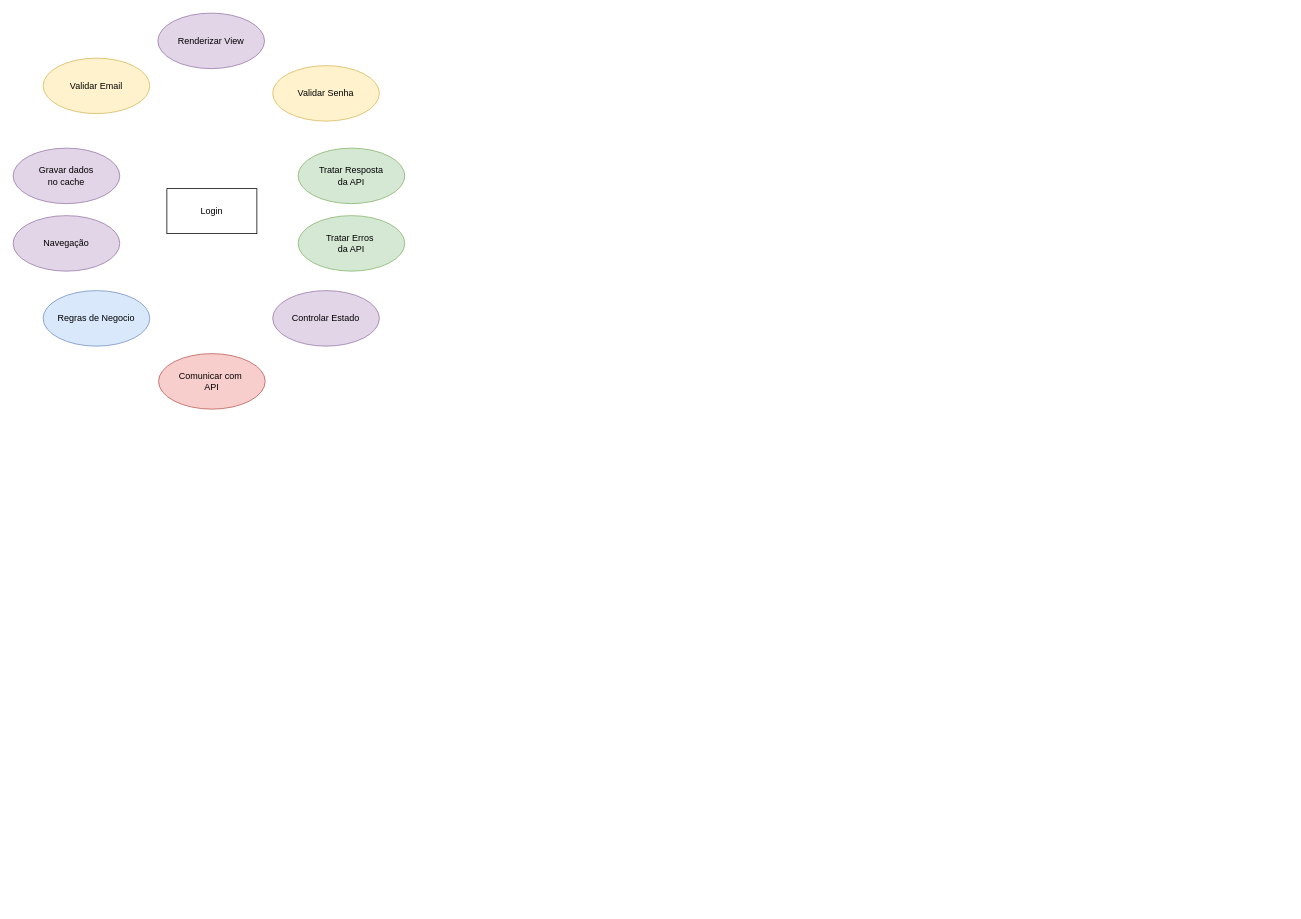
Before: Untitled Diagram.drawio in guilhermeforprojeto/app.diagrams.net, a draw.io diagram. Source tidied: cells renumbered, new cells numbered last; positions are measured from the earlier drawing's top-left corner, leaving out a move shared by most shapes. Both pictures are drawn from the tidied source at 75%, with x=0, y=0 at pixel (13, 13).
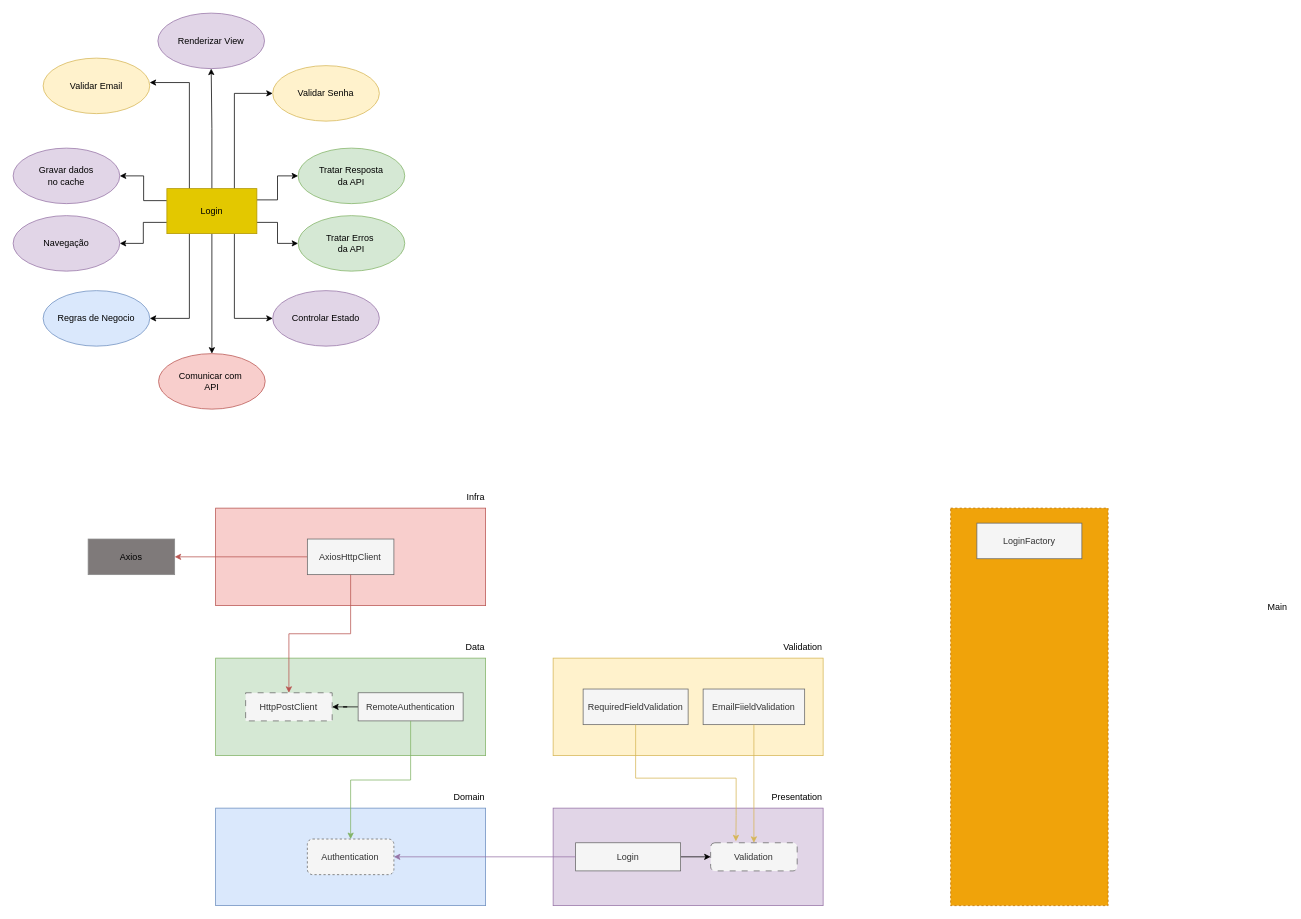
The same page after the edit.

What changed in the source:
```diff
@@
+    <mxCell id="13" style="edgeStyle=orthogonalEdgeStyle;rounded=0;jettySize=auto;html=1;fontColor=#000000;" parent="1" edge="1" source="2" target="12">
+      <mxGeometry relative="1" as="geometry" />
+    </mxCell>
+    <mxCell id="14" style="edgeStyle=orthogonalEdgeStyle;rounded=0;jettySize=auto;html=1;entryX=1;entryY=0.5;entryDx=0;entryDy=0;fontColor=#000000;" parent="1" edge="1" source="2" target="9">
+      <mxGeometry relative="1" as="geometry">
+        <Array as="points">
+          <mxPoint x="174" y="250" />
+          <mxPoint x="174" y="217" />
+        </Array>
+      </mxGeometry>
+    </mxCell>
+    <mxCell id="15" style="edgeStyle=orthogonalEdgeStyle;rounded=0;jettySize=auto;html=1;exitX=0;exitY=0.75;exitDx=0;exitDy=0;fontColor=#000000;" parent="1" edge="1" source="2" target="11">
+      <mxGeometry relative="1" as="geometry" />
+    </mxCell>
+    <mxCell id="16" style="edgeStyle=orthogonalEdgeStyle;rounded=0;jettySize=auto;html=1;exitX=0.25;exitY=1;exitDx=0;exitDy=0;entryX=1;entryY=0.5;entryDx=0;entryDy=0;fontColor=#000000;" parent="1" edge="1" source="2" target="4">
+      <mxGeometry relative="1" as="geometry" />
+    </mxCell>
+    <mxCell id="17" style="edgeStyle=orthogonalEdgeStyle;rounded=0;jettySize=auto;html=1;exitX=0.75;exitY=1;exitDx=0;exitDy=0;entryX=0;entryY=0.5;entryDx=0;entryDy=0;fontColor=#000000;" parent="1" edge="1" source="2" target="3">
+      <mxGeometry relative="1" as="geometry" />
+    </mxCell>
+    <mxCell id="18" style="edgeStyle=orthogonalEdgeStyle;rounded=0;jettySize=auto;html=1;exitX=1;exitY=0.75;exitDx=0;exitDy=0;entryX=0;entryY=0.5;entryDx=0;entryDy=0;fontColor=#000000;" parent="1" edge="1" source="2" target="10">
+      <mxGeometry relative="1" as="geometry" />
+    </mxCell>
+    <mxCell id="19" style="edgeStyle=orthogonalEdgeStyle;rounded=0;jettySize=auto;html=1;exitX=1;exitY=0.25;exitDx=0;exitDy=0;entryX=0;entryY=0.5;entryDx=0;entryDy=0;fontColor=#000000;" parent="1" edge="1" source="2" target="5">
+      <mxGeometry relative="1" as="geometry" />
+    </mxCell>
+    <mxCell id="20" style="edgeStyle=orthogonalEdgeStyle;rounded=0;jettySize=auto;html=1;fontColor=#000000;" parent="1" edge="1" source="2" target="7">
+      <mxGeometry relative="1" as="geometry" />
+    </mxCell>
+    <mxCell id="21" style="edgeStyle=orthogonalEdgeStyle;rounded=0;jettySize=auto;html=1;exitX=0.75;exitY=0;exitDx=0;exitDy=0;entryX=0;entryY=0.5;entryDx=0;entryDy=0;fontColor=#000000;" parent="1" edge="1" source="2" target="6">
+      <mxGeometry relative="1" as="geometry" />
+    </mxCell>
+    <mxCell id="22" style="edgeStyle=orthogonalEdgeStyle;rounded=0;jettySize=auto;html=1;exitX=0.25;exitY=0;exitDx=0;exitDy=0;entryX=0.999;entryY=0.44;entryDx=0;entryDy=0;entryPerimeter=0;fontColor=#000000;" parent="1" edge="1" source="2" target="8">
+      <mxGeometry relative="1" as="geometry" />
+    </mxCell>
-    <mxCell id="2" value="Login" style="rounded=0;whiteSpace=wrap;html=1;" parent="1" vertex="1">
+    <mxCell id="2" value="Login" style="rounded=0;whiteSpace=wrap;html=1;fontColor=#000000;fillColor=#e3c800;strokeColor=#B09500;" parent="1" vertex="1">
       <mxGeometry x="205" y="234" width="120" height="60" as="geometry" />
     </mxCell>
-    <mxCell id="3" value="Controlar Estado" style="ellipse;whiteSpace=wrap;html=1;fillColor=#e1d5e7;strokeColor=#9673a6;" parent="1" vertex="1">
+    <mxCell id="3" value="Controlar Estado" style="ellipse;whiteSpace=wrap;html=1;fillColor=#e1d5e7;strokeColor=#9673a6;fontColor=#000000;" parent="1" vertex="1">
       <mxGeometry x="346.1" y="370" width="142.2" height="74" as="geometry" />
     </mxCell>
-    <mxCell id="4" value="Regras de Negocio" style="ellipse;whiteSpace=wrap;html=1;fillColor=#dae8fc;strokeColor=#6c8ebf;" parent="1" vertex="1">
+    <mxCell id="4" value="Regras de Negocio" style="ellipse;whiteSpace=wrap;html=1;fillColor=#dae8fc;strokeColor=#6c8ebf;fontColor=#000000;" parent="1" vertex="1">
       <mxGeometry x="40" y="370" width="142.2" height="74" as="geometry" />
     </mxCell>
-    <mxCell id="5" value="Tratar Resposta &lt;br&gt;da API" style="ellipse;whiteSpace=wrap;html=1;fillColor=#d5e8d4;strokeColor=#82b366;" parent="1" vertex="1">
+    <mxCell id="5" value="Tratar Resposta &lt;br&gt;da API" style="ellipse;whiteSpace=wrap;html=1;fillColor=#d5e8d4;strokeColor=#82b366;fontColor=#000000;" parent="1" vertex="1">
       <mxGeometry x="380" y="180" width="142.2" height="74" as="geometry" />
     </mxCell>
-    <mxCell id="6" value="Validar Senha" style="ellipse;whiteSpace=wrap;html=1;fillColor=#fff2cc;strokeColor=#d6b656;" parent="1" vertex="1">
+    <mxCell id="6" value="Validar Senha" style="ellipse;whiteSpace=wrap;html=1;fillColor=#fff2cc;strokeColor=#d6b656;fontColor=#000000;" parent="1" vertex="1">
       <mxGeometry x="346.1" y="70" width="142.2" height="74" as="geometry" />
     </mxCell>
-    <mxCell id="7" value="Renderizar View" style="ellipse;whiteSpace=wrap;html=1;fillColor=#e1d5e7;strokeColor=#9673a6;" parent="1" vertex="1">
+    <mxCell id="7" value="Renderizar View" style="ellipse;whiteSpace=wrap;html=1;fillColor=#e1d5e7;strokeColor=#9673a6;fontColor=#000000;" parent="1" vertex="1">
       <mxGeometry x="193" width="142.2" height="74" as="geometry" />
     </mxCell>
-    <mxCell id="8" value="Validar Email" style="ellipse;whiteSpace=wrap;html=1;fillColor=#fff2cc;strokeColor=#d6b656;" parent="1" vertex="1">
+    <mxCell id="8" value="Validar Email" style="ellipse;whiteSpace=wrap;html=1;fillColor=#fff2cc;strokeColor=#d6b656;fontColor=#000000;" parent="1" vertex="1">
       <mxGeometry x="40" y="60" width="142.2" height="74" as="geometry" />
     </mxCell>
-    <mxCell id="9" value="Gravar dados &lt;br&gt;no cache" style="ellipse;whiteSpace=wrap;html=1;fillColor=#e1d5e7;strokeColor=#9673a6;" parent="1" vertex="1">
+    <mxCell id="9" value="Gravar dados &lt;br&gt;no cache" style="ellipse;whiteSpace=wrap;html=1;fillColor=#e1d5e7;strokeColor=#9673a6;fontColor=#000000;" parent="1" vertex="1">
       <mxGeometry y="180" width="142.2" height="74" as="geometry" />
     </mxCell>
-    <mxCell id="10" value="Tratar Erros&amp;nbsp;&lt;br&gt;da API" style="ellipse;whiteSpace=wrap;html=1;fillColor=#d5e8d4;strokeColor=#82b366;" parent="1" vertex="1">
+    <mxCell id="10" value="Tratar Erros&amp;nbsp;&lt;br&gt;da API" style="ellipse;whiteSpace=wrap;html=1;fillColor=#d5e8d4;strokeColor=#82b366;fontColor=#000000;" parent="1" vertex="1">
       <mxGeometry x="380" y="270" width="142.2" height="74" as="geometry" />
     </mxCell>
-    <mxCell id="11" value="Navegação" style="ellipse;whiteSpace=wrap;html=1;fillColor=#e1d5e7;strokeColor=#9673a6;" parent="1" vertex="1">
+    <mxCell id="11" value="Navegação" style="ellipse;whiteSpace=wrap;html=1;fillColor=#e1d5e7;strokeColor=#9673a6;fontColor=#000000;" parent="1" vertex="1">
       <mxGeometry y="270" width="142.2" height="74" as="geometry" />
     </mxCell>
-    <mxCell id="12" value="Comunicar com&amp;nbsp;&lt;br&gt;API" style="ellipse;whiteSpace=wrap;html=1;fillColor=#f8cecc;strokeColor=#b85450;" parent="1" vertex="1">
+    <mxCell id="12" value="Comunicar com&amp;nbsp;&lt;br&gt;API" style="ellipse;whiteSpace=wrap;html=1;fillColor=#f8cecc;strokeColor=#b85450;fontColor=#000000;" parent="1" vertex="1">
       <mxGeometry x="193.9" y="454" width="142.2" height="74" as="geometry" />
     </mxCell>
+    <mxCell id="23" style="rounded=0;whiteSpace=wrap;html=1;fillColor=#f8cecc;strokeColor=#b85450;" parent="1" vertex="1">
+      <mxGeometry x="270" y="660" width="360" height="130" as="geometry" />
+    </mxCell>
+    <mxCell id="24" style="edgeStyle=orthogonalEdgeStyle;rounded=0;jettySize=auto;html=1;fillColor=#f8cecc;strokeColor=#b85450;" parent="1" edge="1" source="25" target="26">
+      <mxGeometry relative="1" as="geometry" />
+    </mxCell>
+    <mxCell id="25" value="AxiosHttpClient" style="rounded=0;whiteSpace=wrap;html=1;shadow=0;fillColor=#f5f5f5;fontColor=#333333;strokeColor=#666666;" parent="1" vertex="1">
+      <mxGeometry x="392.3" y="701.2" width="115.4" height="47.5" as="geometry" />
+    </mxCell>
+    <mxCell id="26" value="Axios" style="rounded=0;whiteSpace=wrap;html=1;strokeColor=#8a8a8a;fillColor=#7f7a7a;" parent="1" vertex="1">
+      <mxGeometry x="100" y="701.2" width="115.4" height="47.5" as="geometry" />
+    </mxCell>
+    <mxCell id="27" style="rounded=0;whiteSpace=wrap;html=1;fillColor=#d5e8d4;strokeColor=#82b366;" parent="1" vertex="1">
+      <mxGeometry x="270" y="860" width="360" height="130" as="geometry" />
+    </mxCell>
+    <mxCell id="28" value="HttpPostClient" style="rounded=0;whiteSpace=wrap;html=1;dashed=1;dashPattern=8 8;shadow=0;fillColor=#f5f5f5;fontColor=#333333;strokeColor=#666666;" parent="1" vertex="1">
+      <mxGeometry x="310" y="906.2" width="115.4" height="37.5" as="geometry" />
+    </mxCell>
+    <mxCell id="29" style="edgeStyle=orthogonalEdgeStyle;rounded=0;jettySize=auto;html=1;" parent="1" edge="1" source="30" target="28">
+      <mxGeometry relative="1" as="geometry" />
+    </mxCell>
+    <mxCell id="30" value="RemoteAuthentication" style="rounded=0;whiteSpace=wrap;html=1;shadow=0;fillColor=#f5f5f5;fontColor=#333333;strokeColor=#666666;" parent="1" vertex="1">
+      <mxGeometry x="460" y="906.2" width="140" height="37.5" as="geometry" />
+    </mxCell>
+    <mxCell id="31" style="rounded=0;whiteSpace=wrap;html=1;fillColor=#fff2cc;strokeColor=#d6b656;" parent="1" vertex="1">
+      <mxGeometry x="720" y="860" width="360" height="130" as="geometry" />
+    </mxCell>
+    <mxCell id="32" value="RequiredFieldValidation" style="rounded=0;whiteSpace=wrap;html=1;shadow=0;fillColor=#f5f5f5;fontColor=#333333;strokeColor=#666666;" parent="1" vertex="1">
+      <mxGeometry x="760" y="901.2" width="140" height="47.5" as="geometry" />
+    </mxCell>
+    <mxCell id="33" style="rounded=0;whiteSpace=wrap;html=1;fillColor=#e1d5e7;strokeColor=#9673a6;" parent="1" vertex="1">
+      <mxGeometry x="720" y="1060" width="360" height="130" as="geometry" />
+    </mxCell>
+    <mxCell id="34" value="Validation" style="rounded=1;whiteSpace=wrap;html=1;dashed=1;dashPattern=8 8;shadow=0;glass=0;fillColor=#f5f5f5;fontColor=#333333;strokeColor=#666666;" parent="1" vertex="1">
+      <mxGeometry x="930" y="1106.2" width="115.4" height="37.5" as="geometry" />
+    </mxCell>
+    <mxCell id="35" style="edgeStyle=orthogonalEdgeStyle;rounded=0;jettySize=auto;html=1;" parent="1" edge="1" source="36" target="34">
+      <mxGeometry relative="1" as="geometry" />
+    </mxCell>
+    <mxCell id="36" value="Login" style="rounded=0;whiteSpace=wrap;html=1;shadow=0;fillColor=#f5f5f5;fontColor=#333333;strokeColor=#666666;" parent="1" vertex="1">
+      <mxGeometry x="750" y="1106.2" width="140" height="37.5" as="geometry" />
+    </mxCell>
+    <mxCell id="37" style="rounded=0;whiteSpace=wrap;html=1;fillColor=#dae8fc;strokeColor=#6c8ebf;" parent="1" vertex="1">
+      <mxGeometry x="270" y="1060" width="360" height="130" as="geometry" />
+    </mxCell>
+    <mxCell id="38" value="Authentication" style="rounded=1;whiteSpace=wrap;html=1;strokeColor=#666666;dashed=1;shadow=0;fillColor=#f5f5f5;glass=0;fontColor=#333333;" parent="1" vertex="1">
+      <mxGeometry x="392.3" y="1101.2" width="115.4" height="47.5" as="geometry" />
+    </mxCell>
+    <mxCell id="39" value="EmailFiieldValidation" style="rounded=0;whiteSpace=wrap;html=1;shadow=0;fillColor=#f5f5f5;fontColor=#333333;strokeColor=#666666;" parent="1" vertex="1">
+      <mxGeometry x="920" y="901.2" width="135.4" height="47.5" as="geometry" />
+    </mxCell>
+    <mxCell id="40" style="edgeStyle=orthogonalEdgeStyle;rounded=0;jettySize=auto;html=1;fillColor=#e1d5e7;strokeColor=#9673a6;" parent="1" edge="1" source="36" target="38">
+      <mxGeometry relative="1" as="geometry" />
+    </mxCell>
+    <mxCell id="41" value="Infra" style="text;html=1;align=right;verticalAlign=middle;strokeColor=none;fillColor=none;" parent="1" vertex="1">
+      <mxGeometry x="580" y="630" width="50" height="30" as="geometry" />
+    </mxCell>
+    <mxCell id="42" value="Data" style="text;html=1;align=right;verticalAlign=middle;strokeColor=none;fillColor=none;" parent="1" vertex="1">
+      <mxGeometry x="580" y="830" width="50" height="30" as="geometry" />
+    </mxCell>
+    <mxCell id="43" value="Presentation" style="text;html=1;align=right;verticalAlign=middle;strokeColor=none;fillColor=none;" parent="1" vertex="1">
+      <mxGeometry x="990" y="1030" width="90" height="30" as="geometry" />
+    </mxCell>
+    <mxCell id="44" value="Domain" style="text;html=1;align=right;verticalAlign=middle;strokeColor=none;fillColor=none;" parent="1" vertex="1">
+      <mxGeometry x="570" y="1030" width="60" height="30" as="geometry" />
+    </mxCell>
+    <mxCell id="45" value="Validation" style="text;html=1;align=right;verticalAlign=middle;strokeColor=none;fillColor=none;" parent="1" vertex="1">
+      <mxGeometry x="1000" y="830" width="80" height="30" as="geometry" />
+    </mxCell>
+    <mxCell id="46" style="edgeStyle=orthogonalEdgeStyle;rounded=0;jettySize=auto;html=1;fillColor=#d5e8d4;strokeColor=#82b366;" parent="1" edge="1" source="30" target="38">
+      <mxGeometry relative="1" as="geometry" />
+    </mxCell>
+    <mxCell id="47" style="edgeStyle=orthogonalEdgeStyle;rounded=0;jettySize=auto;html=1;fillColor=#fff2cc;strokeColor=#d6b656;" parent="1" edge="1" source="39" target="34">
+      <mxGeometry relative="1" as="geometry" />
+    </mxCell>
+    <mxCell id="48" style="edgeStyle=orthogonalEdgeStyle;rounded=0;jettySize=auto;html=1;entryX=0.292;entryY=-0.052;entryDx=0;entryDy=0;entryPerimeter=0;fillColor=#fff2cc;strokeColor=#d6b656;" parent="1" edge="1" source="32" target="34">
+      <mxGeometry relative="1" as="geometry">
+        <Array as="points">
+          <mxPoint x="830" y="1020" />
+          <mxPoint x="964" y="1020" />
+          <mxPoint x="964" y="1070" />
+        </Array>
+      </mxGeometry>
+    </mxCell>
+    <mxCell id="49" style="edgeStyle=orthogonalEdgeStyle;rounded=0;jettySize=auto;html=1;fillColor=#f8cecc;strokeColor=#b85450;" parent="1" edge="1" source="25" target="28">
+      <mxGeometry relative="1" as="geometry" />
+    </mxCell>
+    <mxCell id="50" style="rounded=0;whiteSpace=wrap;html=1;shadow=0;glass=0;dashed=1;strokeColor=#BD7000;fontColor=#000000;fillColor=#f0a30a;" parent="1" vertex="1">
+      <mxGeometry x="1250" y="660" width="210" height="530" as="geometry" />
+    </mxCell>
+    <mxCell id="51" value="Main" style="text;html=1;align=right;verticalAlign=middle;strokeColor=none;fillColor=none;" parent="1" vertex="1">
+      <mxGeometry x="1650" y="777" width="50" height="30" as="geometry" />
+    </mxCell>
+    <mxCell id="52" value="LoginFactory" style="rounded=0;whiteSpace=wrap;html=1;shadow=0;fillColor=#f5f5f5;fontColor=#333333;strokeColor=#666666;" parent="1" vertex="1">
+      <mxGeometry x="1285" y="680" width="140" height="47.5" as="geometry" />
+    </mxCell>
```
